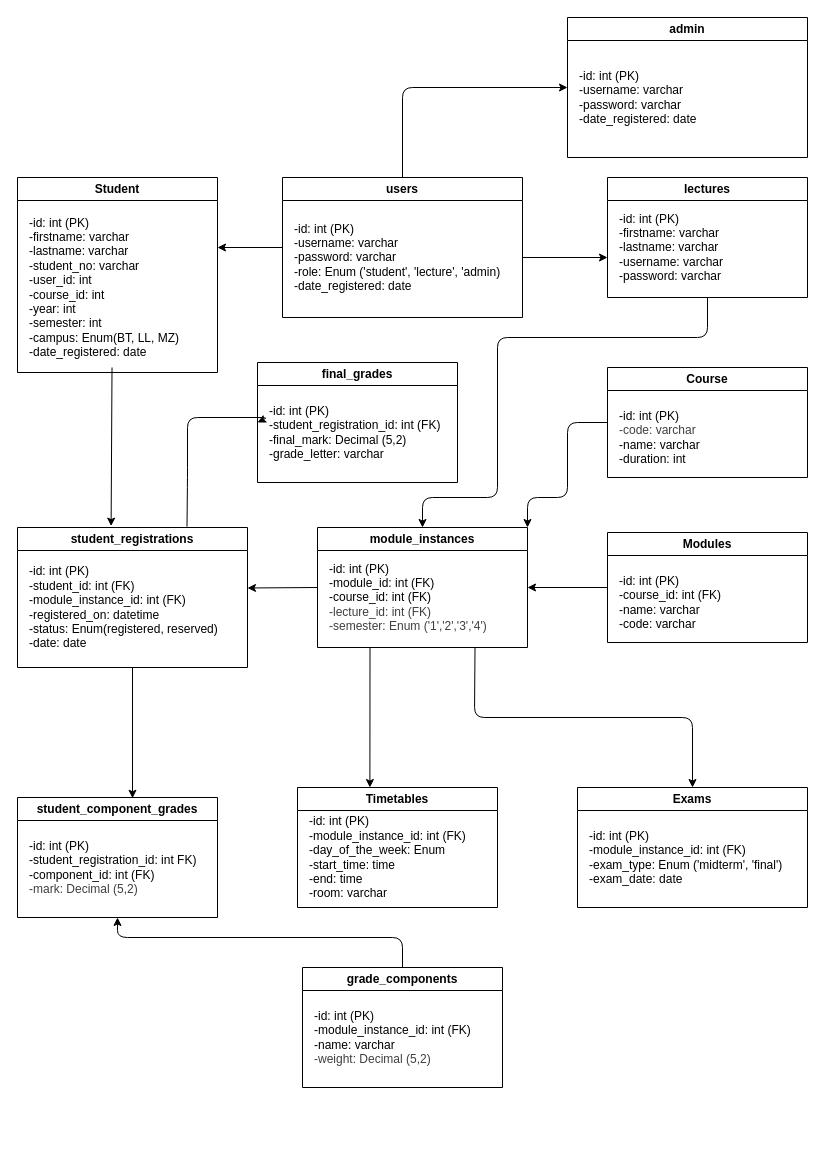
The draw.io diagram diagrams/schoolReg_class_diagram.drawio in codebytiya/4th-year-project-, before the edit. Source tidied: cells renumbered, new cells numbered last; positions are measured from the earlier drawing's top-left corner, leaving out a move shared by most shapes. Both pictures are drawn from the tidied source at 100%, with x=0, y=0 at pixel (17, 17).
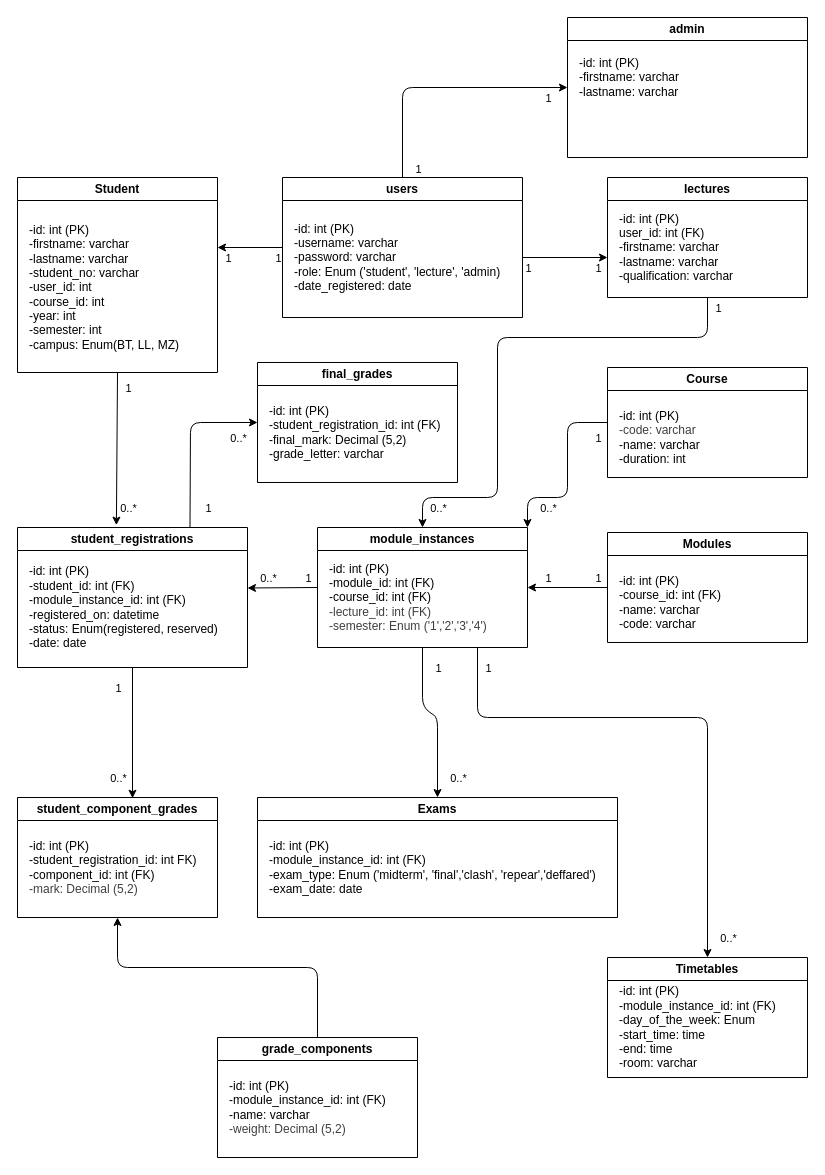
The same page after the edit.

The change refers to these unchanged cells:
```xml
<mxCell id="2" value="Student" style="swimlane;whiteSpace=wrap;html=1;" parent="1" vertex="1">
  <mxGeometry y="160" width="200" height="195" as="geometry" />
</mxCell>
<mxCell id="15" value="student_registrations" style="swimlane;whiteSpace=wrap;html=1;startSize=23;" parent="1" vertex="1">
  <mxGeometry y="510" width="230" height="140" as="geometry" />
</mxCell>
<mxCell id="19" value="module_instances" style="swimlane;whiteSpace=wrap;html=1;" parent="1" vertex="1">
  <mxGeometry x="300" y="510" width="210" height="120" as="geometry" />
</mxCell>
<mxCell id="24" value="student_component_grades" style="swimlane;whiteSpace=wrap;html=1;" parent="1" vertex="1">
  <mxGeometry y="780" width="200" height="120" as="geometry" />
</mxCell>
<mxCell id="26" value="final_grades" style="swimlane;whiteSpace=wrap;html=1;" parent="1" vertex="1">
  <mxGeometry x="240" y="345" width="200" height="120" as="geometry" />
</mxCell>
<mxCell id="29" value="lectures" style="swimlane;whiteSpace=wrap;html=1;startSize=23;" parent="1" vertex="1">
  <mxGeometry x="590" y="160" width="200" height="120" as="geometry" />
</mxCell>
<mxCell id="35" style="edgeStyle=none;html=1;exitX=0.5;exitY=0;exitDx=0;exitDy=0;entryX=0;entryY=0.5;entryDx=0;entryDy=0;" parent="1" edge="1" source="36" target="39">
  <mxGeometry relative="1" as="geometry">
    <Array as="points">
      <mxPoint x="385" y="70" />
    </Array>
  </mxGeometry>
</mxCell>
<mxCell id="39" value="admin" style="swimlane;whiteSpace=wrap;html=1;" parent="1" vertex="1">
  <mxGeometry x="550" width="240" height="140" as="geometry" />
</mxCell>
```

Change to the diagram source:
```diff
@@
-    <mxCell id="3" value="-id: int (PK)&lt;div&gt;-firstname: varchar&lt;/div&gt;&lt;div&gt;-lastname: varchar&lt;/div&gt;&lt;div&gt;-student_no: varchar&lt;/div&gt;&lt;div&gt;-user_id: int&lt;/div&gt;&lt;div&gt;-course_id: int&lt;/div&gt;&lt;div&gt;-year: int&lt;/div&gt;&lt;div&gt;-semester: int&lt;/div&gt;&lt;div&gt;-campus: Enum(BT, LL, MZ)&lt;/div&gt;&lt;div&gt;-date_registered: date&lt;/div&gt;" style="text;html=1;align=left;verticalAlign=middle;points=[];strokeColor=none;fillColor=none;" parent="2" vertex="1">
-      <mxGeometry x="10" y="30" width="170" height="160" as="geometry" />
+    <mxCell id="3" value="-id: int (PK)&lt;div&gt;-firstname: varchar&lt;/div&gt;&lt;div&gt;-lastname: varchar&lt;/div&gt;&lt;div&gt;-student_no: varchar&lt;/div&gt;&lt;div&gt;-user_id: int&lt;/div&gt;&lt;div&gt;-course_id: int&lt;/div&gt;&lt;div&gt;-year: int&lt;/div&gt;&lt;div&gt;-semester: int&lt;/div&gt;&lt;div&gt;-campus: Enum(BT, LL, MZ)&lt;/div&gt;" style="text;html=1;align=left;verticalAlign=middle;points=[];strokeColor=none;fillColor=none;" parent="2" vertex="1">
+      <mxGeometry x="10" y="40" width="170" height="140" as="geometry" />
     </mxCell>
@@
     <mxCell id="10" value="Timetables" style="swimlane;whiteSpace=wrap;html=1;" parent="1" vertex="1">
-      <mxGeometry x="280" y="770" width="200" height="120" as="geometry" />
+      <mxGeometry x="590" y="940" width="200" height="120" as="geometry" />
     </mxCell>
@@
     <mxCell id="12" value="Exams" style="swimlane;whiteSpace=wrap;html=1;startSize=23;" parent="1" vertex="1">
-      <mxGeometry x="560" y="770" width="230" height="120" as="geometry" />
+      <mxGeometry x="240" y="780" width="360" height="120" as="geometry" />
     </mxCell>
-    <mxCell id="13" value="-id: int (PK)&lt;div&gt;&lt;font color=&quot;#000000&quot;&gt;-module_instance_id: int (FK)&lt;br&gt;&lt;/font&gt;&lt;div&gt;&lt;font color=&quot;#000000&quot;&gt;-exam_type: Enum ('midterm', 'final')&lt;/font&gt;&lt;/div&gt;&lt;/div&gt;&lt;div&gt;-exam_date: date&lt;/div&gt;" style="text;html=1;align=left;verticalAlign=middle;strokeColor=none;fillColor=none;" parent="12" vertex="1">
-      <mxGeometry x="10" y="35" width="220" height="70" as="geometry" />
+    <mxCell id="13" value="-id: int (PK)&lt;div&gt;&lt;font color=&quot;#000000&quot;&gt;-module_instance_id: int (FK)&lt;br&gt;&lt;/font&gt;&lt;div&gt;&lt;font color=&quot;#000000&quot;&gt;-exam_type: Enum ('midterm', 'final','clash', 'repear','deffared')&lt;/font&gt;&lt;/div&gt;&lt;/div&gt;&lt;div&gt;-exam_date: date&lt;/div&gt;" style="text;html=1;align=left;verticalAlign=middle;strokeColor=none;fillColor=none;" parent="12" vertex="1">
+      <mxGeometry x="10" y="35" width="350" height="70" as="geometry" />
     </mxCell>
-    <mxCell id="14" style="edgeStyle=none;html=1;entryX=0;entryY=0.5;entryDx=0;entryDy=0;exitX=0.737;exitY=-0.006;exitDx=0;exitDy=0;exitPerimeter=0;" parent="1" edge="1" source="15" target="26">
+    <mxCell id="14" style="edgeStyle=none;html=1;exitX=0.75;exitY=0;exitDx=0;exitDy=0;entryX=0;entryY=0.5;entryDx=0;entryDy=0;" parent="1" edge="1" source="15" target="26">
       <mxGeometry relative="1" as="geometry">
         <Array as="points">
-          <mxPoint x="170" y="460" />
-          <mxPoint x="170" y="400" />
-          <mxPoint x="250" y="400" />
+          <mxPoint x="173" y="405" />
         </Array>
       </mxGeometry>
     </mxCell>
@@
-    <mxCell id="18" style="edgeStyle=none;html=1;exitX=0.75;exitY=1;exitDx=0;exitDy=0;entryX=0.5;entryY=0;entryDx=0;entryDy=0;" parent="1" edge="1" source="19" target="12">
+    <mxCell id="18" style="edgeStyle=none;html=1;exitX=0.5;exitY=1;exitDx=0;exitDy=0;entryX=0.5;entryY=0;entryDx=0;entryDy=0;" parent="1" edge="1" source="19" target="12">
       <mxGeometry relative="1" as="geometry">
         <Array as="points">
-          <mxPoint x="457" y="700" />
-          <mxPoint x="675" y="700" />
+          <mxPoint x="405" y="690" />
+          <mxPoint x="420" y="700" />
         </Array>
       </mxGeometry>
     </mxCell>
+    <mxCell id="41" style="edgeStyle=none;html=1;entryX=0.5;entryY=0;entryDx=0;entryDy=0;" parent="1" edge="1" target="10">
+      <mxGeometry relative="1" as="geometry">
+        <mxPoint x="460" y="630" as="sourcePoint" />
+        <Array as="points">
+          <mxPoint x="460" y="700" />
+          <mxPoint x="690" y="700" />
+        </Array>
+      </mxGeometry>
+    </mxCell>
@@
     <mxCell id="21" style="edgeStyle=none;html=1;exitX=0.5;exitY=0;exitDx=0;exitDy=0;entryX=0.5;entryY=1;entryDx=0;entryDy=0;" parent="1" edge="1" source="22" target="24">
       <mxGeometry relative="1" as="geometry">
         <Array as="points">
-          <mxPoint x="385" y="920" />
-          <mxPoint x="100" y="920" />
+          <mxPoint x="300" y="950" />
+          <mxPoint x="100" y="950" />
         </Array>
       </mxGeometry>
     </mxCell>
     <mxCell id="22" value="grade_components" style="swimlane;whiteSpace=wrap;html=1;" parent="1" vertex="1">
-      <mxGeometry x="285" y="950" width="200" height="120" as="geometry" />
+      <mxGeometry x="200" y="1020" width="200" height="120" as="geometry" />
     </mxCell>
@@
-    <mxCell id="30" value="-id: int (PK)&lt;div&gt;&lt;font color=&quot;#000000&quot;&gt;-firstname: varchar&lt;br&gt;&lt;/font&gt;&lt;div&gt;&lt;font color=&quot;#000000&quot;&gt;-lastname: varchar&lt;/font&gt;&lt;/div&gt;&lt;/div&gt;&lt;div&gt;-username: varchar&lt;/div&gt;&lt;div&gt;-password: varchar&lt;/div&gt;" style="text;html=1;align=left;verticalAlign=middle;strokeColor=none;fillColor=none;" parent="29" vertex="1">
-      <mxGeometry x="10" y="25" width="130" height="90" as="geometry" />
+    <mxCell id="30" value="-id: int (PK)&lt;div&gt;&lt;font color=&quot;#000000&quot;&gt;user_id: int (FK)&lt;br&gt;&lt;/font&gt;&lt;div&gt;&lt;font color=&quot;#000000&quot;&gt;-firstname: varchar&lt;br&gt;&lt;/font&gt;&lt;div&gt;&lt;font color=&quot;#000000&quot;&gt;-lastname: varchar&lt;/font&gt;&lt;/div&gt;&lt;/div&gt;&lt;/div&gt;&lt;div&gt;&lt;font color=&quot;#000000&quot;&gt;-qualification: varchar&lt;/font&gt;&lt;/div&gt;" style="text;html=1;align=left;verticalAlign=middle;strokeColor=none;fillColor=none;" parent="29" vertex="1">
+      <mxGeometry x="10" y="25" width="140" height="90" as="geometry" />
     </mxCell>
-    <mxCell id="31" style="edgeStyle=none;html=1;entryX=0.407;entryY=-0.01;entryDx=0;entryDy=0;entryPerimeter=0;" parent="1" edge="1" source="3" target="15">
-      <mxGeometry relative="1" as="geometry" />
-    </mxCell>
@@
-    <mxCell id="33" style="edgeStyle=none;html=1;exitX=0.25;exitY=1;exitDx=0;exitDy=0;entryX=0.362;entryY=0;entryDx=0;entryDy=0;entryPerimeter=0;" parent="1" edge="1" source="19" target="10">
-      <mxGeometry relative="1" as="geometry" />
-    </mxCell>
@@
+    <mxCell id="42" value="1" style="edgeLabel;html=1;align=center;verticalAlign=middle;" parent="35" vertex="1">
+      <mxGeometry x="-0.93" relative="1" as="geometry">
+        <mxPoint x="15" as="offset" />
+      </mxGeometry>
+    </mxCell>
+    <mxCell id="43" value="1" style="edgeLabel;html=1;align=center;verticalAlign=middle;" parent="35" vertex="1">
+      <mxGeometry x="-0.93" relative="1" as="geometry">
+        <mxPoint x="145" y="-71" as="offset" />
+      </mxGeometry>
+    </mxCell>
+    <mxCell id="44" value="1" style="edgeLabel;html=1;align=center;verticalAlign=middle;" parent="35" vertex="1">
+      <mxGeometry x="-0.93" relative="1" as="geometry">
+        <mxPoint x="-125" y="89" as="offset" />
+      </mxGeometry>
+    </mxCell>
+    <mxCell id="45" value="1" style="edgeLabel;html=1;align=center;verticalAlign=middle;" parent="35" vertex="1">
+      <mxGeometry x="-0.93" relative="1" as="geometry">
+        <mxPoint x="-175" y="89" as="offset" />
+      </mxGeometry>
+    </mxCell>
+    <mxCell id="46" value="1" style="edgeLabel;html=1;align=center;verticalAlign=middle;" parent="35" vertex="1">
+      <mxGeometry x="-0.93" relative="1" as="geometry">
+        <mxPoint x="-275" y="219" as="offset" />
+      </mxGeometry>
+    </mxCell>
+    <mxCell id="47" value="0..*" style="edgeLabel;html=1;align=center;verticalAlign=middle;" parent="35" vertex="1">
+      <mxGeometry x="-0.93" relative="1" as="geometry">
+        <mxPoint x="-275" y="339" as="offset" />
+      </mxGeometry>
+    </mxCell>
+    <mxCell id="48" value="0..*" style="edgeLabel;html=1;align=center;verticalAlign=middle;" parent="35" vertex="1">
+      <mxGeometry x="-0.93" relative="1" as="geometry">
+        <mxPoint x="-135" y="409" as="offset" />
+      </mxGeometry>
+    </mxCell>
+    <mxCell id="49" value="1" style="edgeLabel;html=1;align=center;verticalAlign=middle;" parent="35" vertex="1">
+      <mxGeometry x="-0.93" relative="1" as="geometry">
+        <mxPoint x="-285" y="519" as="offset" />
+      </mxGeometry>
+    </mxCell>
+    <mxCell id="50" value="0..*" style="edgeLabel;html=1;align=center;verticalAlign=middle;" parent="35" vertex="1">
+      <mxGeometry x="-0.93" relative="1" as="geometry">
+        <mxPoint x="-285" y="609" as="offset" />
+      </mxGeometry>
+    </mxCell>
+    <mxCell id="51" value="1" style="edgeLabel;html=1;align=center;verticalAlign=middle;" parent="35" vertex="1">
+      <mxGeometry x="-0.93" relative="1" as="geometry">
+        <mxPoint x="125" y="99" as="offset" />
+      </mxGeometry>
+    </mxCell>
+    <mxCell id="52" value="1" style="edgeLabel;html=1;align=center;verticalAlign=middle;" parent="35" vertex="1">
+      <mxGeometry x="-0.93" relative="1" as="geometry">
+        <mxPoint x="195" y="99" as="offset" />
+      </mxGeometry>
+    </mxCell>
+    <mxCell id="53" value="1" style="edgeLabel;html=1;align=center;verticalAlign=middle;" parent="35" vertex="1">
+      <mxGeometry x="-0.93" relative="1" as="geometry">
+        <mxPoint x="315" y="139" as="offset" />
+      </mxGeometry>
+    </mxCell>
+    <mxCell id="54" value="0..*" style="edgeLabel;html=1;align=center;verticalAlign=middle;" parent="35" vertex="1">
+      <mxGeometry x="-0.93" relative="1" as="geometry">
+        <mxPoint x="35" y="339" as="offset" />
+      </mxGeometry>
+    </mxCell>
+    <mxCell id="55" value="1" style="edgeLabel;html=1;align=center;verticalAlign=middle;" parent="35" vertex="1">
+      <mxGeometry x="-0.93" relative="1" as="geometry">
+        <mxPoint x="195" y="269" as="offset" />
+      </mxGeometry>
+    </mxCell>
+    <mxCell id="56" value="0..*" style="edgeLabel;html=1;align=center;verticalAlign=middle;" parent="35" vertex="1">
+      <mxGeometry x="-0.93" relative="1" as="geometry">
+        <mxPoint x="145" y="339" as="offset" />
+      </mxGeometry>
+    </mxCell>
+    <mxCell id="57" value="1" style="edgeLabel;html=1;align=center;verticalAlign=middle;" parent="35" vertex="1">
+      <mxGeometry x="-0.93" relative="1" as="geometry">
+        <mxPoint x="195" y="409" as="offset" />
+      </mxGeometry>
+    </mxCell>
+    <mxCell id="58" value="1" style="edgeLabel;html=1;align=center;verticalAlign=middle;" parent="35" vertex="1">
+      <mxGeometry x="-0.93" relative="1" as="geometry">
+        <mxPoint x="145" y="409" as="offset" />
+      </mxGeometry>
+    </mxCell>
+    <mxCell id="59" value="1" style="edgeLabel;html=1;align=center;verticalAlign=middle;" parent="35" vertex="1">
+      <mxGeometry x="-0.93" relative="1" as="geometry">
+        <mxPoint x="-95" y="409" as="offset" />
+      </mxGeometry>
+    </mxCell>
+    <mxCell id="60" value="1" style="edgeLabel;html=1;align=center;verticalAlign=middle;" parent="35" vertex="1">
+      <mxGeometry x="-0.93" relative="1" as="geometry">
+        <mxPoint x="35" y="499" as="offset" />
+      </mxGeometry>
+    </mxCell>
+    <mxCell id="61" value="1" style="edgeLabel;html=1;align=center;verticalAlign=middle;" parent="35" vertex="1">
+      <mxGeometry x="-0.93" relative="1" as="geometry">
+        <mxPoint x="-195" y="339" as="offset" />
+      </mxGeometry>
+    </mxCell>
+    <mxCell id="62" value="0..*" style="edgeLabel;html=1;align=center;verticalAlign=middle;" parent="35" vertex="1">
+      <mxGeometry x="-0.93" relative="1" as="geometry">
+        <mxPoint x="-165" y="269" as="offset" />
+      </mxGeometry>
+    </mxCell>
+    <mxCell id="63" value="0..*" style="edgeLabel;html=1;align=center;verticalAlign=middle;" parent="35" vertex="1">
+      <mxGeometry x="-0.93" relative="1" as="geometry">
+        <mxPoint x="55" y="609" as="offset" />
+      </mxGeometry>
+    </mxCell>
+    <mxCell id="64" value="1" style="edgeLabel;html=1;align=center;verticalAlign=middle;" parent="35" vertex="1">
+      <mxGeometry x="-0.93" relative="1" as="geometry">
+        <mxPoint x="85" y="499" as="offset" />
+      </mxGeometry>
+    </mxCell>
+    <mxCell id="65" value="0..*" style="edgeLabel;html=1;align=center;verticalAlign=middle;" parent="35" vertex="1">
+      <mxGeometry x="-0.93" relative="1" as="geometry">
+        <mxPoint x="325" y="769" as="offset" />
+      </mxGeometry>
+    </mxCell>
@@
-    <mxCell id="40" value="-id: int (PK)&lt;div&gt;-username: varchar&lt;/div&gt;&lt;div&gt;-password: varchar&lt;/div&gt;&lt;div&gt;-date_registered: date&lt;/div&gt;" style="text;html=1;align=left;verticalAlign=middle;strokeColor=none;fillColor=none;" parent="39" vertex="1">
-      <mxGeometry x="10" y="45" width="140" height="70" as="geometry" />
+    <mxCell id="40" value="-id: int (PK)&lt;div&gt;-firstname: varchar&lt;/div&gt;&lt;div&gt;-lastname: varchar&lt;/div&gt;" style="text;html=1;align=left;verticalAlign=middle;strokeColor=none;fillColor=none;" parent="39" vertex="1">
+      <mxGeometry x="10" y="30" width="120" height="60" as="geometry" />
     </mxCell>
+    <mxCell id="66" style="edgeStyle=none;html=1;entryX=0.43;entryY=-0.017;entryDx=0;entryDy=0;entryPerimeter=0;exitX=0.5;exitY=1;exitDx=0;exitDy=0;" parent="1" edge="1" source="2" target="15">
+      <mxGeometry relative="1" as="geometry" />
+    </mxCell>
```
